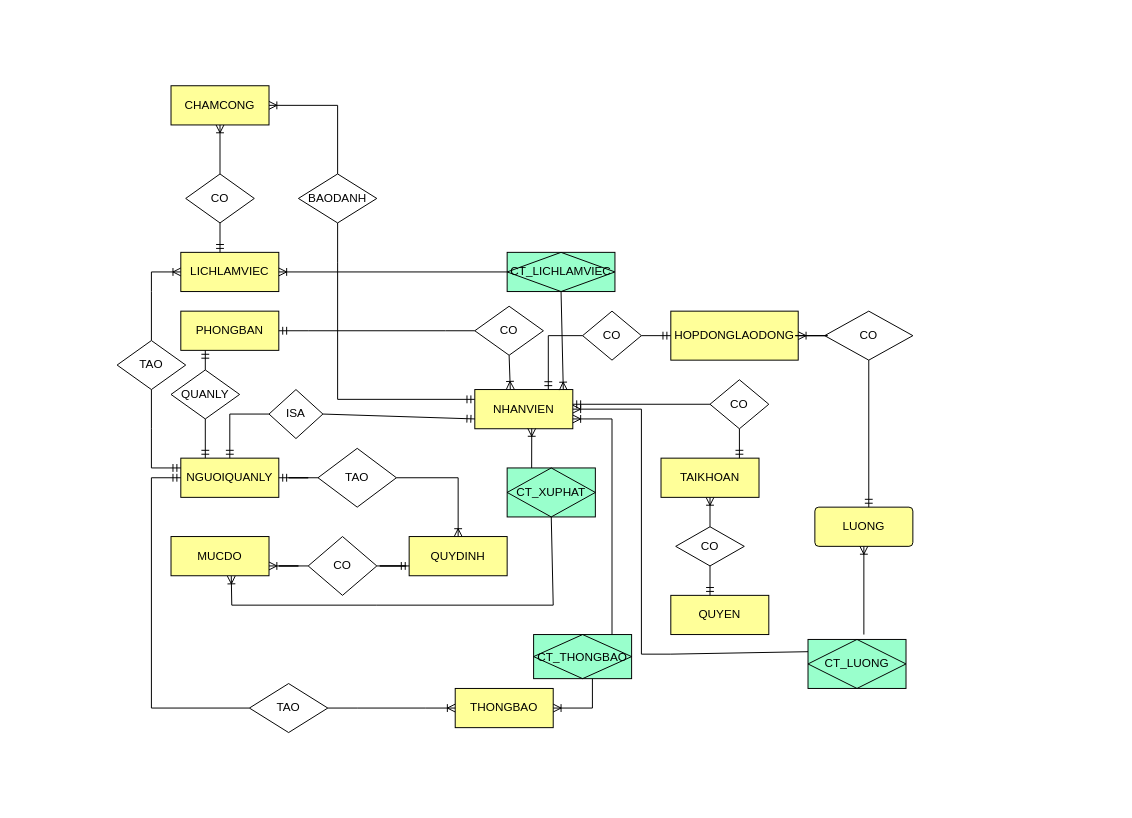
Earlier version of the draw.io diagram Biểu đồ không có tiêu đề.drawio (VanTruongPTITHCM2002/c-). Source tidied: cells renumbered, new cells numbered last; positions are measured from the earlier drawing's top-left corner, leaving out a move shared by most shapes. Both pictures are drawn from the tidied source at 98%, with x=0, y=0 at pixel (117, 85).
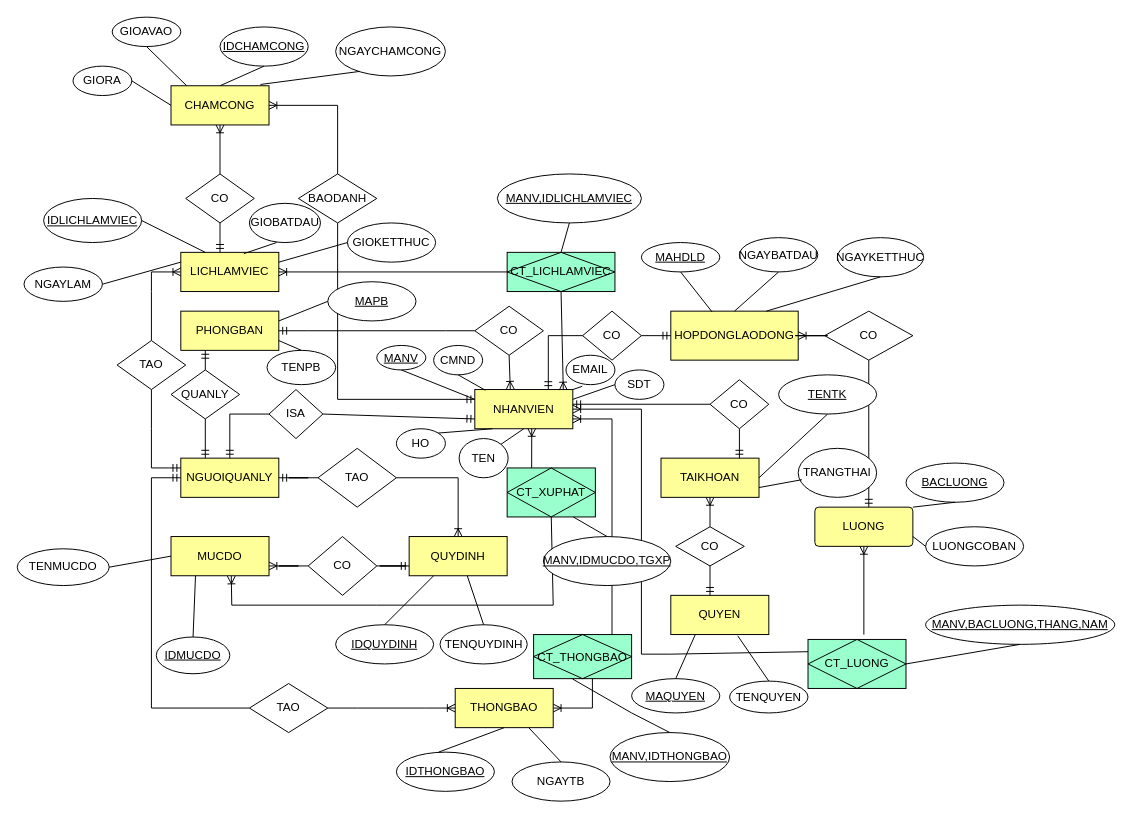
Above is the later version.

The change refers to these unchanged cells:
```xml
<mxCell id="2" value="CHAMCONG" style="whiteSpace=wrap;html=1;align=center;fillColor=#FFFF99;" parent="1" vertex="1">
  <mxGeometry x="55" width="100" height="40" as="geometry" />
</mxCell>
<mxCell id="5" value="LICHLAMVIEC" style="whiteSpace=wrap;html=1;align=center;fillColor=#FFFF99;" parent="1" vertex="1">
  <mxGeometry x="65" y="170" width="100" height="40" as="geometry" />
</mxCell>
<mxCell id="14" value="NHANVIEN" style="whiteSpace=wrap;html=1;align=center;fillColor=#FFFF99;" parent="1" vertex="1">
  <mxGeometry x="365" y="310" width="100" height="40" as="geometry" />
</mxCell>
<mxCell id="18" value="MUCDO" style="whiteSpace=wrap;html=1;align=center;fillColor=#FFFF99;" parent="1" vertex="1">
  <mxGeometry x="55" y="460" width="100" height="40" as="geometry" />
</mxCell>
<mxCell id="19" value="QUYDINH" style="whiteSpace=wrap;html=1;align=center;fillColor=#FFFF99;" parent="1" vertex="1">
  <mxGeometry x="298" y="460" width="100" height="40" as="geometry" />
</mxCell>
<mxCell id="26" value="THONGBAO" style="whiteSpace=wrap;html=1;align=center;fillColor=#FFFF99;" parent="1" vertex="1">
  <mxGeometry x="345" y="615" width="100" height="40" as="geometry" />
</mxCell>
<mxCell id="30" value="CT_XUPHAT" style="shape=associativeEntity;whiteSpace=wrap;html=1;align=center;fillColor=#99FFCC;" parent="1" vertex="1">
  <mxGeometry x="398" y="390" width="90" height="50" as="geometry" />
</mxCell>
<mxCell id="34" value="CT_THONGBAO" style="shape=associativeEntity;whiteSpace=wrap;html=1;align=center;fillColor=#99FFCC;" parent="1" vertex="1">
  <mxGeometry x="425" y="560" width="100" height="45" as="geometry" />
</mxCell>
<mxCell id="36" value="PHONGBAN" style="whiteSpace=wrap;html=1;align=center;fillColor=#FFFF99;" parent="1" vertex="1">
  <mxGeometry x="65" y="230" width="100" height="40" as="geometry" />
</mxCell>
<mxCell id="43" value="CT_LICHLAMVIEC" style="shape=associativeEntity;whiteSpace=wrap;html=1;align=center;fillColor=#99FFCC;" parent="1" vertex="1">
  <mxGeometry x="398" y="170" width="110" height="40" as="geometry" />
</mxCell>
<mxCell id="46" value="HOPDONGLAODONG" style="whiteSpace=wrap;html=1;align=center;fillColor=#FFFF99;" parent="1" vertex="1">
  <mxGeometry x="565" y="230" width="130" height="50" as="geometry" />
</mxCell>
<mxCell id="47" value="TAIKHOAN" style="whiteSpace=wrap;html=1;align=center;fillColor=#FFFF99;" parent="1" vertex="1">
  <mxGeometry x="555" y="380" width="100" height="40" as="geometry" />
</mxCell>
<mxCell id="48" value="QUYEN" style="whiteSpace=wrap;html=1;align=center;fillColor=#FFFF99;" parent="1" vertex="1">
  <mxGeometry x="565" y="520" width="100" height="40" as="geometry" />
</mxCell>
<mxCell id="58" value="LUONG" style="rounded=1;arcSize=10;whiteSpace=wrap;html=1;align=center;fillColor=#FFFF99;" parent="1" vertex="1">
  <mxGeometry x="712" y="430" width="100" height="40" as="geometry" />
</mxCell>
<mxCell id="62" value="CT_LUONG" style="shape=associativeEntity;whiteSpace=wrap;html=1;align=center;fillColor=#99FFCC;" parent="1" vertex="1">
  <mxGeometry x="705" y="565" width="100" height="50" as="geometry" />
</mxCell>
```

What changed in the source:
```diff
@@
+    <mxCell id="65" value="MANV" style="ellipse;whiteSpace=wrap;html=1;align=center;fontStyle=4;" parent="1" vertex="1">
+      <mxGeometry x="265" y="265" width="50" height="25" as="geometry" />
+    </mxCell>
+    <mxCell id="66" style="endArrow=none;html=1;rounded=0;exitX=0.5;exitY=1;exitDx=0;exitDy=0;entryX=0;entryY=0.25;entryDx=0;entryDy=0;" parent="1" edge="1" source="65" target="14">
+      <mxGeometry relative="1" as="geometry" />
+    </mxCell>
+    <mxCell id="67" value="CMND" style="ellipse;whiteSpace=wrap;html=1;align=center;" parent="1" vertex="1">
+      <mxGeometry x="323" y="265" width="50" height="30" as="geometry" />
+    </mxCell>
+    <mxCell id="68" style="endArrow=none;html=1;rounded=0;exitX=0.5;exitY=1;exitDx=0;exitDy=0;entryX=0.107;entryY=0.017;entryDx=0;entryDy=0;entryPerimeter=0;" parent="1" edge="1" source="67" target="14">
+      <mxGeometry relative="1" as="geometry" />
+    </mxCell>
+    <mxCell id="69" value="HO" style="ellipse;whiteSpace=wrap;html=1;align=center;" parent="1" vertex="1">
+      <mxGeometry x="285" y="350" width="50" height="30" as="geometry" />
+    </mxCell>
+    <mxCell id="70" style="endArrow=none;html=1;rounded=0;exitX=1;exitY=0;exitDx=0;exitDy=0;entryX=0.18;entryY=1;entryDx=0;entryDy=0;entryPerimeter=0;" parent="1" edge="1" source="69" target="14">
+      <mxGeometry relative="1" as="geometry" />
+    </mxCell>
+    <mxCell id="71" value="TEN" style="ellipse;whiteSpace=wrap;html=1;align=center;" parent="1" vertex="1">
+      <mxGeometry x="349" y="360" width="50" height="40" as="geometry" />
+    </mxCell>
+    <mxCell id="72" style="endArrow=none;html=1;rounded=0;exitX=1;exitY=0;exitDx=0;exitDy=0;entryX=0.5;entryY=1;entryDx=0;entryDy=0;" parent="1" edge="1" source="71" target="14">
+      <mxGeometry relative="1" as="geometry" />
+    </mxCell>
+    <mxCell id="73" value="EMAIL" style="ellipse;whiteSpace=wrap;html=1;align=center;" parent="1" vertex="1">
+      <mxGeometry x="458" y="275" width="50" height="30" as="geometry" />
+    </mxCell>
+    <mxCell id="74" style="endArrow=none;html=1;rounded=0;exitX=1;exitY=0;exitDx=0;exitDy=0;entryX=0.333;entryY=1.056;entryDx=0;entryDy=0;entryPerimeter=0;" parent="1" edge="1" source="14" target="73">
+      <mxGeometry relative="1" as="geometry" />
+    </mxCell>
+    <mxCell id="75" value="SDT" style="ellipse;whiteSpace=wrap;html=1;align=center;" parent="1" vertex="1">
+      <mxGeometry x="508" y="290" width="50" height="30" as="geometry" />
+    </mxCell>
+    <mxCell id="76" style="endArrow=none;html=1;rounded=0;exitX=1;exitY=0.25;exitDx=0;exitDy=0;entryX=0;entryY=0.5;entryDx=0;entryDy=0;" parent="1" edge="1" source="14" target="75">
+      <mxGeometry relative="1" as="geometry" />
+    </mxCell>
+    <mxCell id="77" value="MAHDLD" style="ellipse;whiteSpace=wrap;html=1;align=center;fontStyle=4;" parent="1" vertex="1">
+      <mxGeometry x="535" y="160" width="80" height="30" as="geometry" />
+    </mxCell>
+    <mxCell id="78" style="endArrow=none;html=1;rounded=0;exitX=0.5;exitY=1;exitDx=0;exitDy=0;entryX=0.323;entryY=0.013;entryDx=0;entryDy=0;entryPerimeter=0;" parent="1" edge="1" source="77" target="46">
+      <mxGeometry relative="1" as="geometry" />
+    </mxCell>
+    <mxCell id="79" value="NGAYBATDAU" style="ellipse;whiteSpace=wrap;html=1;align=center;" parent="1" vertex="1">
+      <mxGeometry x="635" y="155" width="80" height="35" as="geometry" />
+    </mxCell>
+    <mxCell id="80" style="endArrow=none;html=1;rounded=0;exitX=0.5;exitY=1;exitDx=0;exitDy=0;entryX=0.5;entryY=0;entryDx=0;entryDy=0;" parent="1" edge="1" source="79" target="46">
+      <mxGeometry relative="1" as="geometry" />
+    </mxCell>
+    <mxCell id="81" value="NGAYKETTHUC" style="ellipse;whiteSpace=wrap;html=1;align=center;" parent="1" vertex="1">
+      <mxGeometry x="735" y="155" width="88" height="40" as="geometry" />
+    </mxCell>
+    <mxCell id="82" style="endArrow=none;html=1;rounded=0;exitX=0.5;exitY=1;exitDx=0;exitDy=0;entryX=0.75;entryY=0;entryDx=0;entryDy=0;" parent="1" edge="1" source="81" target="46">
+      <mxGeometry relative="1" as="geometry" />
+    </mxCell>
+    <mxCell id="83" value="IDCHAMCONG" style="ellipse;whiteSpace=wrap;html=1;align=center;fontStyle=4;" parent="1" vertex="1">
+      <mxGeometry x="105" y="-60" width="90" height="40" as="geometry" />
+    </mxCell>
+    <mxCell id="84" style="endArrow=none;html=1;rounded=0;exitX=0.5;exitY=0;exitDx=0;exitDy=0;entryX=0.5;entryY=1;entryDx=0;entryDy=0;" parent="1" edge="1" source="2" target="83">
+      <mxGeometry relative="1" as="geometry" />
+    </mxCell>
+    <mxCell id="85" value="NGAYCHAMCONG" style="ellipse;whiteSpace=wrap;html=1;align=center;" parent="1" vertex="1">
+      <mxGeometry x="223" y="-60" width="112" height="50" as="geometry" />
+    </mxCell>
+    <mxCell id="86" style="endArrow=none;html=1;rounded=0;exitX=0.913;exitY=-0.033;exitDx=0;exitDy=0;exitPerimeter=0;entryX=0.22;entryY=0.907;entryDx=0;entryDy=0;entryPerimeter=0;" parent="1" edge="1" source="2" target="85">
+      <mxGeometry relative="1" as="geometry" />
+    </mxCell>
+    <mxCell id="87" value="GIOAVAO" style="ellipse;whiteSpace=wrap;html=1;align=center;" parent="1" vertex="1">
+      <mxGeometry x="-5" y="-70" width="70" height="30" as="geometry" />
+    </mxCell>
+    <mxCell id="88" style="endArrow=none;html=1;rounded=0;exitX=0.5;exitY=1;exitDx=0;exitDy=0;entryX=0.16;entryY=0;entryDx=0;entryDy=0;entryPerimeter=0;" parent="1" edge="1" source="87" target="2">
+      <mxGeometry relative="1" as="geometry" />
+    </mxCell>
+    <mxCell id="89" value="GIORA" style="ellipse;whiteSpace=wrap;html=1;align=center;" parent="1" vertex="1">
+      <mxGeometry x="-45" y="-20" width="60" height="30" as="geometry" />
+    </mxCell>
+    <mxCell id="90" style="endArrow=none;html=1;rounded=0;exitX=1;exitY=0.5;exitDx=0;exitDy=0;entryX=0;entryY=0.5;entryDx=0;entryDy=0;" parent="1" edge="1" source="89" target="2">
+      <mxGeometry relative="1" as="geometry" />
+    </mxCell>
+    <mxCell id="91" value="IDLICHLAMVIEC" style="ellipse;whiteSpace=wrap;html=1;align=center;fontStyle=4;" parent="1" vertex="1">
+      <mxGeometry x="-75" y="115" width="100" height="45" as="geometry" />
+    </mxCell>
+    <mxCell id="92" style="endArrow=none;html=1;rounded=0;exitX=1;exitY=0.5;exitDx=0;exitDy=0;entryX=0.25;entryY=0;entryDx=0;entryDy=0;" parent="1" edge="1" source="91" target="5">
+      <mxGeometry relative="1" as="geometry" />
+    </mxCell>
+    <mxCell id="93" value="NGAYLAM" style="ellipse;whiteSpace=wrap;html=1;align=center;" parent="1" vertex="1">
+      <mxGeometry x="-95" y="185" width="80" height="35" as="geometry" />
+    </mxCell>
+    <mxCell id="94" style="endArrow=none;html=1;rounded=0;exitX=1;exitY=0.5;exitDx=0;exitDy=0;entryX=0;entryY=0.25;entryDx=0;entryDy=0;" parent="1" edge="1" source="93" target="5">
+      <mxGeometry relative="1" as="geometry" />
+    </mxCell>
+    <mxCell id="95" value="GIOBATDAU" style="ellipse;whiteSpace=wrap;html=1;align=center;" parent="1" vertex="1">
+      <mxGeometry x="135" y="120" width="72.5" height="40" as="geometry" />
+    </mxCell>
+    <mxCell id="96" style="endArrow=none;html=1;rounded=0;exitX=0.382;exitY=1;exitDx=0;exitDy=0;exitPerimeter=0;entryX=0.643;entryY=0.033;entryDx=0;entryDy=0;entryPerimeter=0;" parent="1" edge="1" source="95" target="5">
+      <mxGeometry relative="1" as="geometry" />
+    </mxCell>
+    <mxCell id="97" value="GIOKETTHUC" style="ellipse;whiteSpace=wrap;html=1;align=center;" parent="1" vertex="1">
+      <mxGeometry x="235" y="140" width="90" height="40" as="geometry" />
+    </mxCell>
+    <mxCell id="98" style="endArrow=none;html=1;rounded=0;exitX=1;exitY=0.25;exitDx=0;exitDy=0;entryX=0;entryY=0.5;entryDx=0;entryDy=0;" parent="1" edge="1" source="5" target="97">
+      <mxGeometry relative="1" as="geometry" />
+    </mxCell>
+    <mxCell id="99" value="IDTHONGBAO" style="ellipse;whiteSpace=wrap;html=1;align=center;fontStyle=4;" parent="1" vertex="1">
+      <mxGeometry x="285" y="680" width="100" height="40" as="geometry" />
+    </mxCell>
+    <mxCell id="100" style="endArrow=none;html=1;rounded=0;exitX=0.43;exitY=0;exitDx=0;exitDy=0;exitPerimeter=0;entryX=0.5;entryY=1;entryDx=0;entryDy=0;" parent="1" edge="1" source="99" target="26">
+      <mxGeometry relative="1" as="geometry" />
+    </mxCell>
+    <mxCell id="101" value="NGAYTB" style="ellipse;whiteSpace=wrap;html=1;align=center;" parent="1" vertex="1">
+      <mxGeometry x="403" y="690" width="100" height="40" as="geometry" />
+    </mxCell>
+    <mxCell id="102" style="endArrow=none;html=1;rounded=0;exitX=0.5;exitY=0;exitDx=0;exitDy=0;entryX=0.75;entryY=1;entryDx=0;entryDy=0;" parent="1" edge="1" source="101" target="26">
+      <mxGeometry relative="1" as="geometry" />
+    </mxCell>
+    <mxCell id="103" value="MAPB" style="ellipse;whiteSpace=wrap;html=1;align=center;fontStyle=4;" parent="1" vertex="1">
+      <mxGeometry x="215" y="200" width="90" height="40" as="geometry" />
+    </mxCell>
+    <mxCell id="104" style="endArrow=none;html=1;rounded=0;exitX=1;exitY=0.25;exitDx=0;exitDy=0;entryX=0;entryY=0.5;entryDx=0;entryDy=0;" parent="1" edge="1" source="36" target="103">
+      <mxGeometry relative="1" as="geometry" />
+    </mxCell>
+    <mxCell id="105" value="TENPB" style="ellipse;whiteSpace=wrap;html=1;align=center;" parent="1" vertex="1">
+      <mxGeometry x="153" y="270" width="70" height="35" as="geometry" />
+    </mxCell>
+    <mxCell id="106" style="endArrow=none;html=1;rounded=0;exitX=0.5;exitY=0;exitDx=0;exitDy=0;entryX=1;entryY=0.75;entryDx=0;entryDy=0;" parent="1" edge="1" source="105" target="36">
+      <mxGeometry relative="1" as="geometry" />
+    </mxCell>
+    <mxCell id="107" value="BACLUONG" style="ellipse;whiteSpace=wrap;html=1;align=center;fontStyle=4;" parent="1" vertex="1">
+      <mxGeometry x="805" y="385" width="100" height="40" as="geometry" />
+    </mxCell>
+    <mxCell id="108" style="endArrow=none;html=1;rounded=0;exitX=0.5;exitY=1;exitDx=0;exitDy=0;entryX=1;entryY=0;entryDx=0;entryDy=0;" parent="1" edge="1" source="107" target="58">
+      <mxGeometry relative="1" as="geometry" />
+    </mxCell>
+    <mxCell id="109" value="LUONGCOBAN" style="ellipse;whiteSpace=wrap;html=1;align=center;" parent="1" vertex="1">
+      <mxGeometry x="825" y="450" width="100" height="40" as="geometry" />
+    </mxCell>
+    <mxCell id="110" style="endArrow=none;html=1;rounded=0;entryX=0;entryY=0.5;entryDx=0;entryDy=0;exitX=1;exitY=0.75;exitDx=0;exitDy=0;" parent="1" edge="1" source="58" target="109">
+      <mxGeometry relative="1" as="geometry" />
+    </mxCell>
+    <mxCell id="111" value="MAQUYEN" style="ellipse;whiteSpace=wrap;html=1;align=center;fontStyle=4;" parent="1" vertex="1">
+      <mxGeometry x="525" y="605" width="90" height="35" as="geometry" />
+    </mxCell>
+    <mxCell id="112" style="endArrow=none;html=1;rounded=0;exitX=0.25;exitY=1;exitDx=0;exitDy=0;entryX=0.5;entryY=0;entryDx=0;entryDy=0;" parent="1" edge="1" source="48" target="111">
+      <mxGeometry relative="1" as="geometry" />
+    </mxCell>
+    <mxCell id="113" value="TENQUYEN" style="ellipse;whiteSpace=wrap;html=1;align=center;" parent="1" vertex="1">
+      <mxGeometry x="625" y="607.5" width="80" height="32.5" as="geometry" />
+    </mxCell>
+    <mxCell id="114" style="endArrow=none;html=1;rounded=0;exitX=0.5;exitY=0;exitDx=0;exitDy=0;entryX=0.683;entryY=1.033;entryDx=0;entryDy=0;entryPerimeter=0;" parent="1" edge="1" source="113" target="48">
+      <mxGeometry relative="1" as="geometry" />
+    </mxCell>
+    <mxCell id="115" value="IDMUCDO" style="ellipse;whiteSpace=wrap;html=1;align=center;fontStyle=4;" parent="1" vertex="1">
+      <mxGeometry x="40" y="562.5" width="75" height="37.5" as="geometry" />
+    </mxCell>
+    <mxCell id="116" style="endArrow=none;html=1;rounded=0;exitX=0.5;exitY=0;exitDx=0;exitDy=0;entryX=0.25;entryY=1;entryDx=0;entryDy=0;" parent="1" edge="1" source="115" target="18">
+      <mxGeometry relative="1" as="geometry" />
+    </mxCell>
+    <mxCell id="117" value="TENMUCDO" style="ellipse;whiteSpace=wrap;html=1;align=center;" parent="1" vertex="1">
+      <mxGeometry x="-101.9" y="472.5" width="93.8" height="37.5" as="geometry" />
+    </mxCell>
+    <mxCell id="118" style="endArrow=none;html=1;rounded=0;exitX=1;exitY=0.5;exitDx=0;exitDy=0;entryX=0;entryY=0.5;entryDx=0;entryDy=0;" parent="1" edge="1" source="117" target="18">
+      <mxGeometry relative="1" as="geometry" />
+    </mxCell>
+    <mxCell id="119" value="IDQUYDINH" style="ellipse;whiteSpace=wrap;html=1;align=center;fontStyle=4;" parent="1" vertex="1">
+      <mxGeometry x="223" y="550" width="100" height="40" as="geometry" />
+    </mxCell>
+    <mxCell id="120" style="endArrow=none;html=1;rounded=0;exitX=0.5;exitY=0;exitDx=0;exitDy=0;entryX=0.25;entryY=1;entryDx=0;entryDy=0;" parent="1" edge="1" source="119" target="19">
+      <mxGeometry relative="1" as="geometry" />
+    </mxCell>
+    <mxCell id="121" value="TENQUYDINH" style="ellipse;whiteSpace=wrap;html=1;align=center;" parent="1" vertex="1">
+      <mxGeometry x="329.5" y="550" width="89" height="40" as="geometry" />
+    </mxCell>
+    <mxCell id="122" style="endArrow=none;html=1;rounded=0;exitX=0.593;exitY=1;exitDx=0;exitDy=0;exitPerimeter=0;entryX=0.5;entryY=0;entryDx=0;entryDy=0;" parent="1" edge="1" source="19" target="121">
+      <mxGeometry relative="1" as="geometry" />
+    </mxCell>
+    <mxCell id="123" value="TENTK" style="ellipse;whiteSpace=wrap;html=1;align=center;fontStyle=4;" parent="1" vertex="1">
+      <mxGeometry x="675" y="295" width="100" height="40" as="geometry" />
+    </mxCell>
+    <mxCell id="124" style="endArrow=none;html=1;rounded=0;exitX=0.5;exitY=1;exitDx=0;exitDy=0;entryX=1;entryY=0.5;entryDx=0;entryDy=0;" parent="1" edge="1" source="123" target="47">
+      <mxGeometry relative="1" as="geometry" />
+    </mxCell>
+    <mxCell id="125" value="TRANGTHAI" style="ellipse;whiteSpace=wrap;html=1;align=center;" parent="1" vertex="1">
+      <mxGeometry x="695" y="370" width="80" height="50" as="geometry" />
+    </mxCell>
+    <mxCell id="126" style="endArrow=none;html=1;rounded=0;exitX=0.046;exitY=0.64;exitDx=0;exitDy=0;entryX=1;entryY=0.75;entryDx=0;entryDy=0;exitPerimeter=0;" parent="1" edge="1" source="125" target="47">
+      <mxGeometry relative="1" as="geometry" />
+    </mxCell>
+    <mxCell id="127" value="MANV,IDLICHLAMVIEC" style="ellipse;whiteSpace=wrap;html=1;align=center;fontStyle=4;" parent="1" vertex="1">
+      <mxGeometry x="388" y="90" width="147" height="50" as="geometry" />
+    </mxCell>
+    <mxCell id="128" style="endArrow=none;html=1;rounded=0;exitX=0.5;exitY=1;exitDx=0;exitDy=0;entryX=0.5;entryY=0;entryDx=0;entryDy=0;" parent="1" edge="1" source="127" target="43">
+      <mxGeometry relative="1" as="geometry" />
+    </mxCell>
+    <mxCell id="129" value="MANV,BACLUONG,THANG,NAM" style="ellipse;whiteSpace=wrap;html=1;align=center;fontStyle=4;" parent="1" vertex="1">
+      <mxGeometry x="825" y="530" width="193" height="40" as="geometry" />
+    </mxCell>
+    <mxCell id="130" style="endArrow=none;html=1;rounded=0;exitX=1;exitY=0.5;exitDx=0;exitDy=0;entryX=0.5;entryY=1;entryDx=0;entryDy=0;" parent="1" edge="1" source="62" target="129">
+      <mxGeometry relative="1" as="geometry" />
+    </mxCell>
+    <mxCell id="131" value="MANV,IDTHONGBAO" style="ellipse;whiteSpace=wrap;html=1;align=center;fontStyle=4;" parent="1" vertex="1">
+      <mxGeometry x="503" y="660" width="122" height="50" as="geometry" />
+    </mxCell>
+    <mxCell id="132" style="endArrow=none;html=1;rounded=0;exitX=0.5;exitY=0;exitDx=0;exitDy=0;entryX=0.397;entryY=1.007;entryDx=0;entryDy=0;entryPerimeter=0;" parent="1" edge="1" source="131" target="34">
+      <mxGeometry relative="1" as="geometry">
+        <Array as="points">
+          <mxPoint x="525" y="640" />
+        </Array>
+      </mxGeometry>
+    </mxCell>
+    <mxCell id="133" value="MANV,IDMUCDO,TGXP" style="ellipse;whiteSpace=wrap;html=1;align=center;fontStyle=4;" parent="1" vertex="1">
+      <mxGeometry x="435" y="460" width="130" height="50" as="geometry" />
+    </mxCell>
+    <mxCell id="134" style="endArrow=none;html=1;rounded=0;exitX=0.75;exitY=1;exitDx=0;exitDy=0;entryX=0.5;entryY=0;entryDx=0;entryDy=0;" parent="1" edge="1" source="30" target="133">
+      <mxGeometry relative="1" as="geometry" />
+    </mxCell>
```
